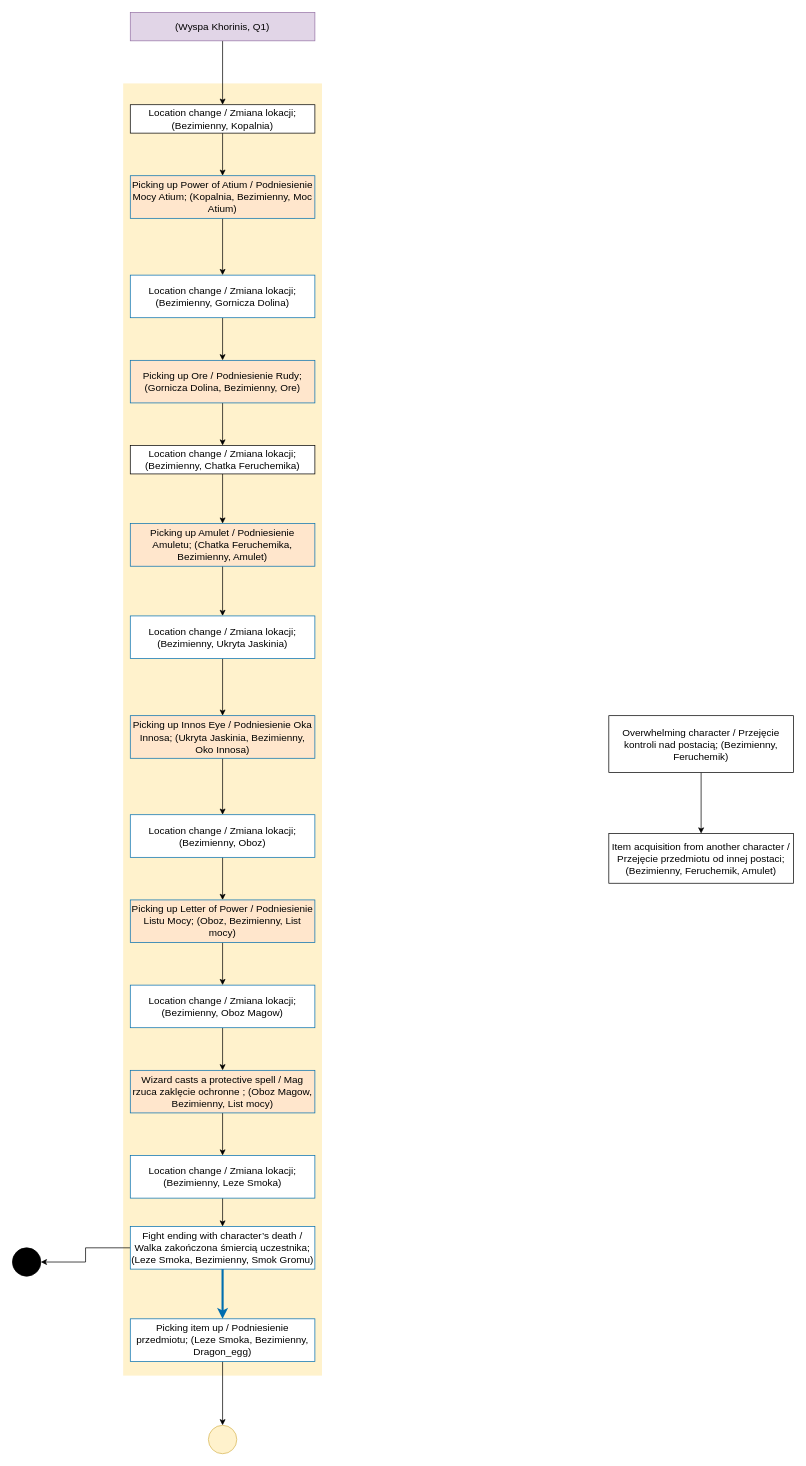
Sharens/Gothic_PWK_project keeps this draw.io diagram as produkcje_diagram_Gothic.drawio. Above is the earlier version. Source tidied: cells renumbered, new cells numbered last; positions are measured from the earlier drawing's top-left corner, leaving out a move shared by most shapes. Both pictures are drawn from the tidied source at 71%, with x=0, y=0 at pixel (12, 12).
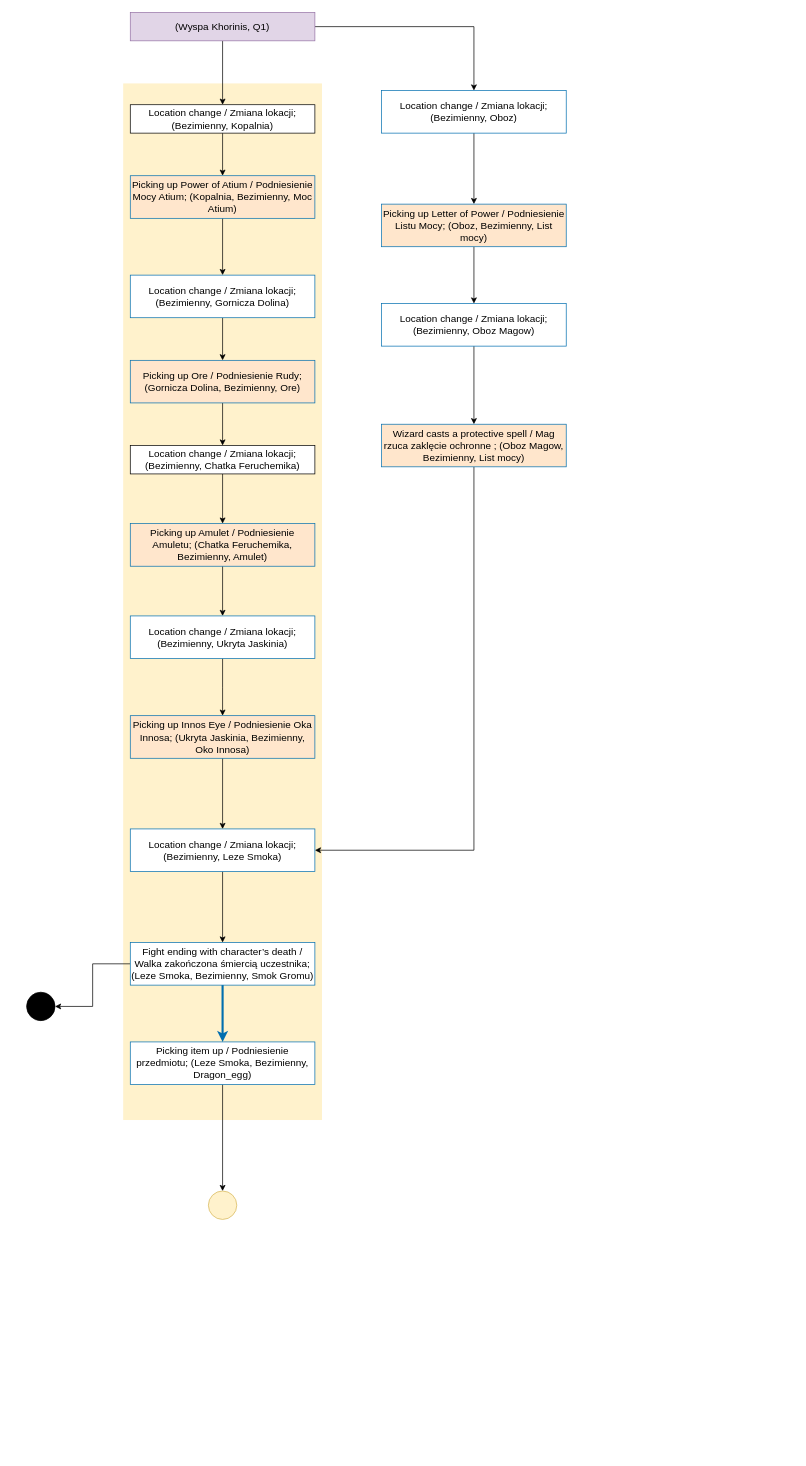
Above is the later version.

The change refers to these unchanged cells:
```xml
<mxCell id="4" value="&lt;font&gt;(Wyspa Khorinis, Q1)&lt;/font&gt;" style="rounded=0;whiteSpace=wrap;html=1;strokeColor=#9673a6;fillColor=#e1d5e7;fontSize=14;" parent="1" vertex="1">
  <mxGeometry x="166" width="260" height="40" as="geometry" />
</mxCell>
<mxCell id="23" value="Location change / Zmiana lokacji; (Bezimienny, Ukryta Jaskinia)" style="rounded=0;whiteSpace=wrap;html=1;align=center;fontSize=14;fontFamily=Helvetica;strokeColor=#006EAF;" parent="1" vertex="1">
  <mxGeometry x="166" y="850" width="260" height="60" as="geometry" />
</mxCell>
```

Change to the diagram source:
```diff
@@
     <mxCell id="2" style="rounded=0;whiteSpace=wrap;html=1;fillColor=#fff2cc;fontFamily=Helvetica;fontSize=14;strokeColor=none;" parent="1" vertex="1">
-      <mxGeometry x="156" y="100" width="280" height="1820" as="geometry" />
+      <mxGeometry x="156" y="100" width="280" height="1460" as="geometry" />
     </mxCell>
@@
+    <mxCell id="41" style="edgeStyle=orthogonalEdgeStyle;rounded=0;jettySize=auto;html=1;entryX=0.5;entryY=0;entryDx=0;entryDy=0;" parent="1" edge="1" source="4" target="27">
+      <mxGeometry relative="1" as="geometry" />
+    </mxCell>
@@
-    <mxCell id="7" style="edgeStyle=orthogonalEdgeStyle;rounded=0;jettySize=auto;html=1;fontSize=14;entryX=0.5;entryY=0;entryDx=0;entryDy=0;" parent="1" edge="1" source="8" target="13">
-      <mxGeometry relative="1" as="geometry" />
-    </mxCell>
-    <mxCell id="8" value="&lt;font face=&quot;arial&quot;&gt;&lt;span&gt;Overwhelming character / Przejęcie kontroli nad postacią; (Bezimienny, Feruchemik) &lt;/span&gt;&lt;/font&gt;" style="rounded=0;whiteSpace=wrap;html=1;align=center;fontSize=14;" parent="1" vertex="1">
-      <mxGeometry x="840" y="990.5" width="260" height="80" as="geometry" />
-    </mxCell>
@@
     <mxCell id="11" style="ellipse;whiteSpace=wrap;html=1;fontSize=14;align=center;fillColor=#fff2cc;strokeWidth=1;strokeColor=#d6b656;" parent="1" vertex="1">
-      <mxGeometry x="276" y="1990" width="40" height="40" as="geometry" />
+      <mxGeometry x="276" y="1660" width="40" height="40" as="geometry" />
     </mxCell>
     <mxCell id="12" style="ellipse;whiteSpace=wrap;html=1;fontSize=14;align=center;fillColor=#000000;" parent="1" vertex="1">
-      <mxGeometry y="1740" width="40" height="40" as="geometry" />
+      <mxGeometry x="20" y="1380" width="40" height="40" as="geometry" />
     </mxCell>
-    <mxCell id="13" value="&lt;font face=&quot;arial&quot;&gt;&lt;span&gt;Item acquisition from another character / Przejęcie przedmiotu od innej postaci; (Bezimienny, Feruchemik, Amulet)&lt;/span&gt;&lt;/font&gt;" style="rounded=0;whiteSpace=wrap;html=1;sketch=0;align=center;fontSize=14;" parent="1" vertex="1">
-      <mxGeometry x="840" y="1156.5" width="260" height="70" as="geometry" />
-    </mxCell>
@@
-    <mxCell id="22" style="edgeStyle=orthogonalEdgeStyle;rounded=0;jettySize=auto;html=1;" parent="1" edge="1" source="23" target="25">
-      <mxGeometry relative="1" as="geometry" />
+    <mxCell id="22" style="edgeStyle=orthogonalEdgeStyle;rounded=0;jettySize=auto;html=1;" parent="1" edge="1" source="23">
+      <mxGeometry relative="1" as="geometry">
+        <mxPoint x="296" y="990.5" as="targetPoint" />
+      </mxGeometry>
     </mxCell>
@@
-    <mxCell id="24" style="edgeStyle=orthogonalEdgeStyle;rounded=0;jettySize=auto;html=1;" parent="1" edge="1" source="25" target="27">
-      <mxGeometry relative="1" as="geometry" />
-    </mxCell>
-    <mxCell id="25" value="Picking up Innos Eye / Podniesienie Oka Innosa; (Ukryta Jaskinia, Bezimienny, Oko Innosa)" style="rounded=0;whiteSpace=wrap;html=1;strokeColor=#d79b00;align=center;fontSize=14;fontFamily=Helvetica;fillColor=#ffe6cc;strokeColor=#006EAF;" parent="1" vertex="1">
-      <mxGeometry x="166" y="990.5" width="260" height="60" as="geometry" />
-    </mxCell>
@@
     <mxCell id="27" value="Location change / Zmiana lokacji; (Bezimienny, Oboz)" style="rounded=0;whiteSpace=wrap;html=1;align=center;fontSize=14;fontFamily=Helvetica;strokeColor=#006EAF;" parent="1" vertex="1">
-      <mxGeometry x="166" y="1130" width="260" height="60" as="geometry" />
+      <mxGeometry x="520" y="110" width="260" height="60" as="geometry" />
     </mxCell>
@@
     <mxCell id="29" value="Picking up Letter of Power / Podniesienie Listu Mocy; (Oboz, Bezimienny, List mocy)" style="rounded=0;whiteSpace=wrap;html=1;strokeColor=#d79b00;align=center;fontSize=14;fontFamily=Helvetica;fillColor=#ffe6cc;strokeColor=#006EAF;" parent="1" vertex="1">
-      <mxGeometry x="166" y="1250" width="260" height="60" as="geometry" />
+      <mxGeometry x="520" y="270" width="260" height="60" as="geometry" />
     </mxCell>
@@
     <mxCell id="31" value="Location change / Zmiana lokacji; (Bezimienny, Oboz Magow)" style="rounded=0;whiteSpace=wrap;html=1;align=center;fontSize=14;fontFamily=Helvetica;strokeColor=#006EAF;" parent="1" vertex="1">
-      <mxGeometry x="166" y="1370" width="260" height="60" as="geometry" />
+      <mxGeometry x="520" y="410" width="260" height="60" as="geometry" />
     </mxCell>
-    <mxCell id="32" style="edgeStyle=orthogonalEdgeStyle;rounded=0;jettySize=auto;html=1;" parent="1" edge="1" source="33" target="35">
-      <mxGeometry relative="1" as="geometry" />
+    <mxCell id="32" style="edgeStyle=orthogonalEdgeStyle;rounded=0;jettySize=auto;html=1;entryX=1;entryY=0.5;entryDx=0;entryDy=0;" parent="1" edge="1" source="33" target="35">
+      <mxGeometry relative="1" as="geometry">
+        <Array as="points">
+          <mxPoint x="650" y="1180" />
+        </Array>
+      </mxGeometry>
     </mxCell>
     <mxCell id="33" value="Wizard casts a protective spell / Mag rzuca zaklęcie ochronne ; (Oboz Magow, Bezimienny, List mocy)" style="rounded=0;whiteSpace=wrap;html=1;strokeColor=#d79b00;align=center;fontSize=14;fontFamily=Helvetica;fillColor=#ffe6cc;strokeColor=#006EAF;" parent="1" vertex="1">
-      <mxGeometry x="166" y="1490" width="260" height="60" as="geometry" />
+      <mxGeometry x="520" y="580" width="260" height="60" as="geometry" />
     </mxCell>
@@
     <mxCell id="35" value="Location change / Zmiana lokacji; (Bezimienny, Leze Smoka)" style="rounded=0;whiteSpace=wrap;html=1;align=center;fontSize=14;fontFamily=Helvetica;strokeColor=#006EAF;" parent="1" vertex="1">
-      <mxGeometry x="166" y="1610" width="260" height="60" as="geometry" />
+      <mxGeometry x="166" y="1150" width="260" height="60" as="geometry" />
     </mxCell>
@@
     <mxCell id="37" value="Fight ending with character’s death / Walka zakończona śmiercią uczestnika; (Leze Smoka, Bezimienny, Smok Gromu)" style="rounded=0;whiteSpace=wrap;html=1;align=center;fontSize=14;fontFamily=Helvetica;strokeColor=#006EAF;" parent="1" vertex="1">
-      <mxGeometry x="166" y="1710" width="260" height="60" as="geometry" />
+      <mxGeometry x="166" y="1310" width="260" height="60" as="geometry" />
     </mxCell>
@@
     <mxCell id="39" value="Picking item up / Podniesienie przedmiotu; (Leze Smoka, Bezimienny, Dragon_egg)" style="rounded=0;whiteSpace=wrap;html=1;align=center;fontSize=14;fontFamily=Helvetica;strokeColor=#006EAF;" parent="1" vertex="1">
-      <mxGeometry x="166" y="1840" width="260" height="60" as="geometry" />
+      <mxGeometry x="166" y="1450" width="260" height="60" as="geometry" />
     </mxCell>
@@
+    <mxCell id="42" style="edgeStyle=orthogonalEdgeStyle;rounded=0;jettySize=auto;html=1;" parent="1" edge="1" source="25" target="35">
+      <mxGeometry relative="1" as="geometry" />
+    </mxCell>
+    <mxCell id="25" value="Picking up Innos Eye / Podniesienie Oka Innosa; (Ukryta Jaskinia, Bezimienny, Oko Innosa)" style="rounded=0;whiteSpace=wrap;html=1;strokeColor=#d79b00;align=center;fontSize=14;fontFamily=Helvetica;fillColor=#ffe6cc;strokeColor=#006EAF;" parent="1" vertex="1">
+      <mxGeometry x="166" y="990.5" width="260" height="60" as="geometry" />
+    </mxCell>
```
